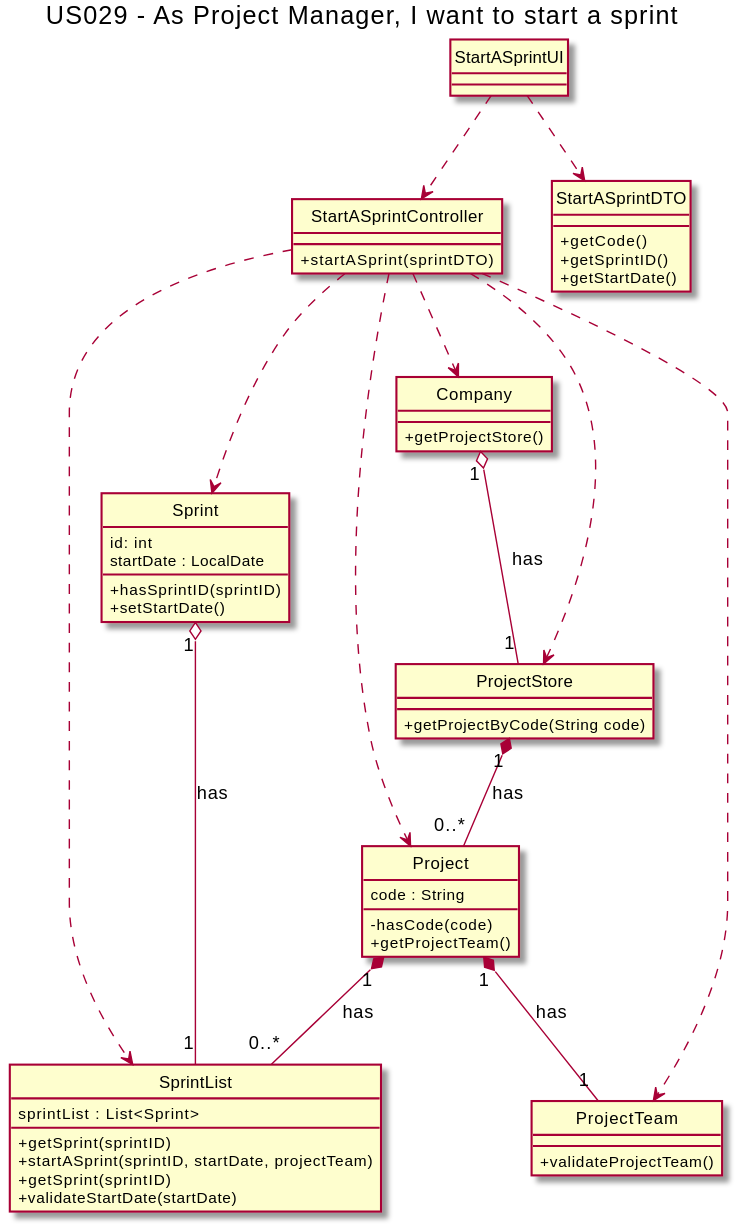
Before: docs/Sprint3/US029/US029-CD.svg, a diagram exported from PlantUML (nunogon1211787/projectManagement).
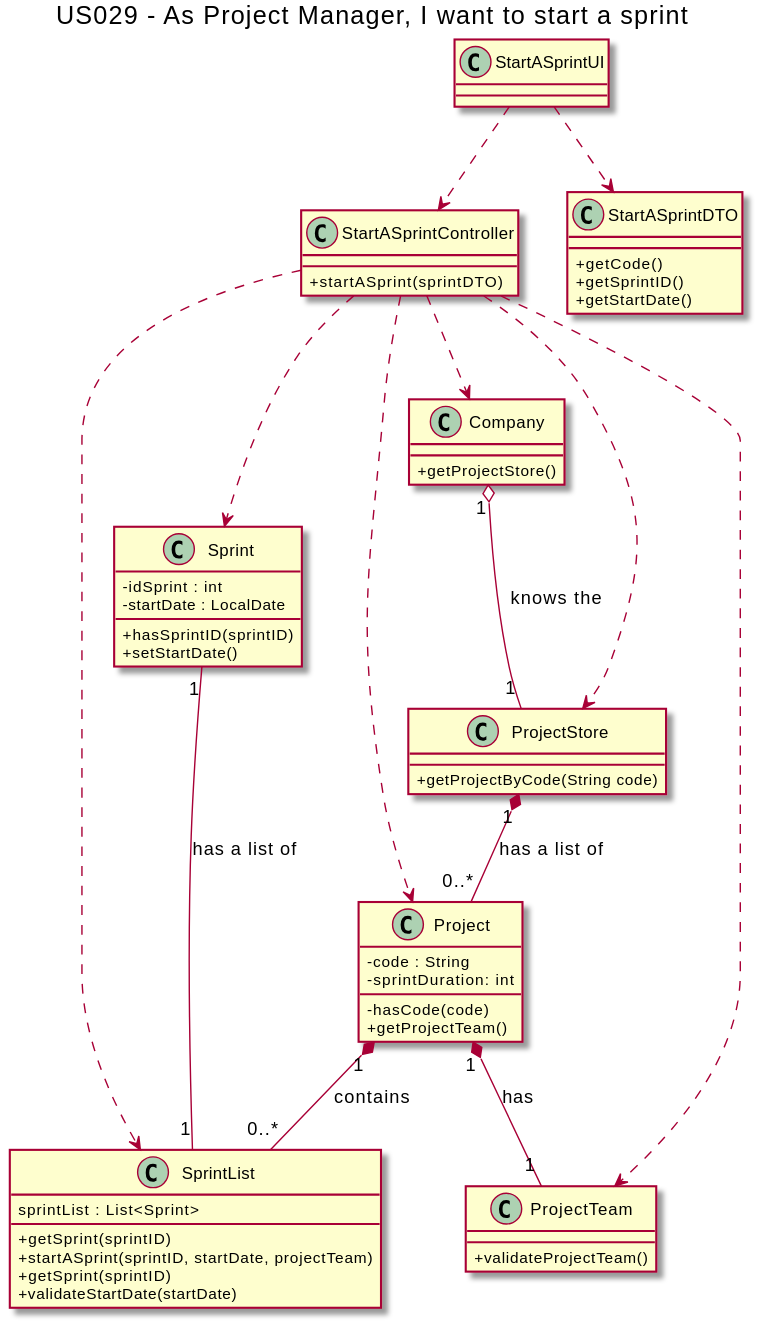
After the commit.

Diff of the diagram source:
```diff
@@ -1,6 +1,5 @@
 @startuml
 
-hide circle
 skinparam classAttributeIconSize 0
 
 title US029 - As Project Manager, I want to start a sprint
@@ -27,7 +26,8 @@
 }
 
 class Project {
-code : String
+-code : String
+-sprintDuration: int
 -hasCode(code)
 +getProjectTeam()
 }
@@ -41,8 +41,8 @@
 }
 
 class Sprint {
-id: int
-startDate : LocalDate
+-idSprint : int
+-startDate : LocalDate
 +hasSprintID(sprintID)
 +setStartDate()
 }
@@ -60,10 +60,10 @@
 StartASprintController ..> Sprint
 StartASprintController ..> ProjectTeam
 
-Company "1" o-- "1" ProjectStore: has
-ProjectStore "1" *-- "0..*" Project: has
-Project "1" *-- "0..*" SprintList: has
+Company "1" o-- "1" ProjectStore: knows the
+ProjectStore "1" *-- "0..*" Project: has a list of
+Project "1" *-- "0..*" SprintList: contains
 Project "1" *-- "1" ProjectTeam: has
-Sprint "1" o-- "1" SprintList: has
+Sprint "1" -- "1" SprintList: has a list of
 
 @enduml
```
